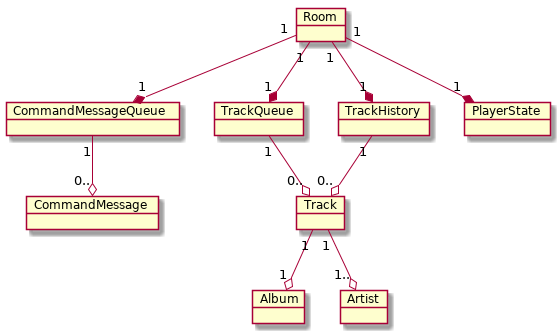
The PlantUML diagram docs/uml/domain_model.png in vltmn/qdio, before a commit. The source it was exported from:
```plantuml
@startuml
object Room
object Track
object Album
object Artist
object CommandMessage
object CommandMessageQueue
object TrackQueue
object TrackHistory
object PlayerState

Room "1"--*"1" TrackQueue
Room "1"--* "1" TrackHistory
Room "1" --* "1" CommandMessageQueue
CommandMessageQueue "1" --o "0.." CommandMessage
TrackQueue "1"--o "0.." Track
TrackHistory "1" --o "0.." Track
Room "1" --* "1" PlayerState
Track "1" --o "1.." Artist
Track "1" --o "1" Album
@enduml
```
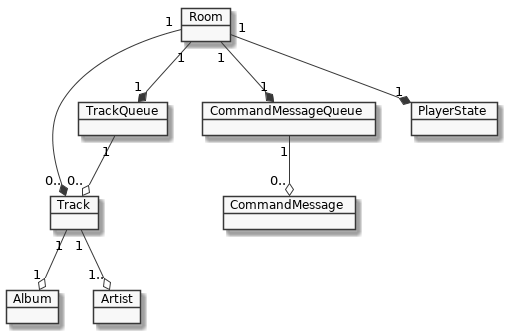
Later version of the same file.

Commit message:
updated domain model

Change to the diagram source:
```diff
@@ -1,4 +1,5 @@
 @startuml
+skinparam monochrome true
 object Room
 object Track
 object Album
@@ -6,15 +7,13 @@
 object CommandMessage
 object CommandMessageQueue
 object TrackQueue
-object TrackHistory
 object PlayerState
 
 Room "1"--*"1" TrackQueue
-Room "1"--* "1" TrackHistory
+Room "1"--* "0.." Track
 Room "1" --* "1" CommandMessageQueue
 CommandMessageQueue "1" --o "0.." CommandMessage
 TrackQueue "1"--o "0.." Track
-TrackHistory "1" --o "0.." Track
 Room "1" --* "1" PlayerState
 Track "1" --o "1.." Artist
 Track "1" --o "1" Album
```
